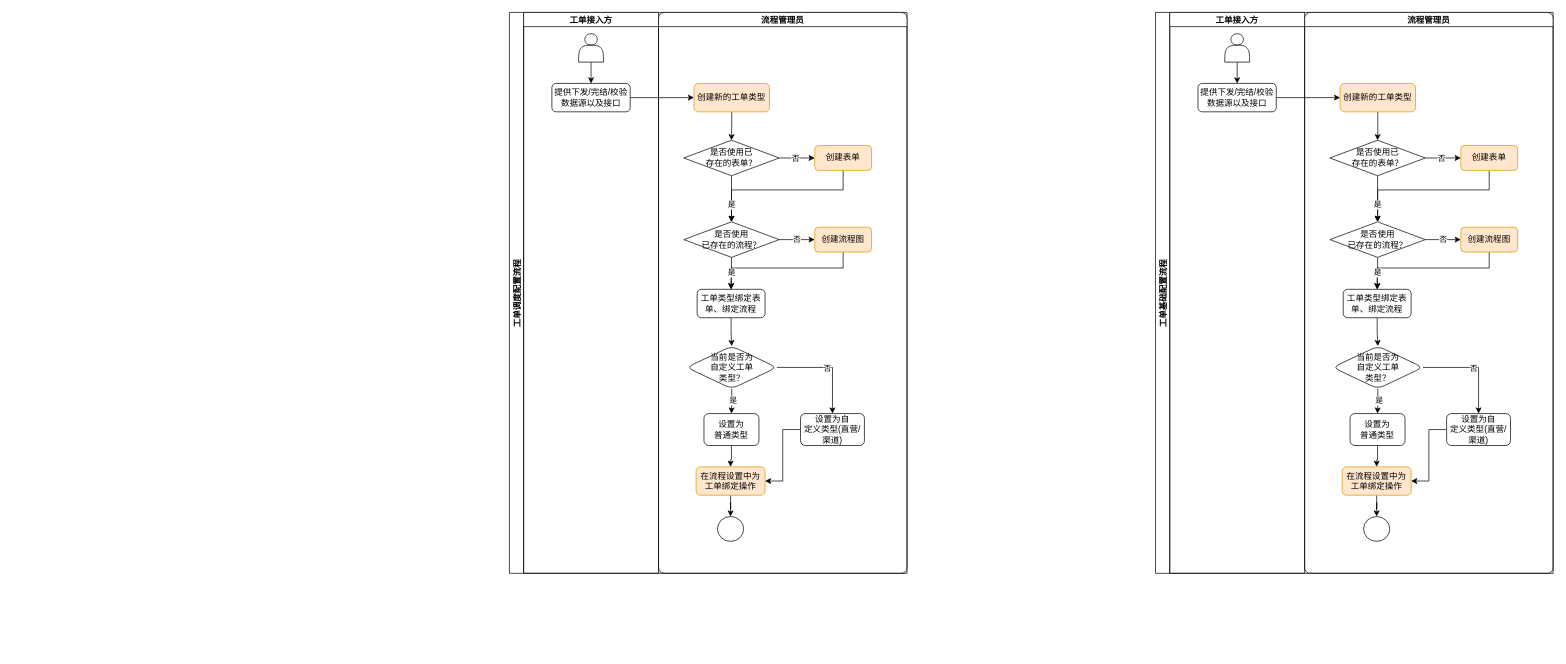
Above: 工单配置流程.drawio in 330129161/draw.io (draw.io), before the change. Source tidied: cells renumbered, new cells numbered last; positions are measured from the earlier drawing's top-left corner, leaving out a move shared by most shapes. Both pictures are drawn from the tidied source at 71%, with x=0, y=0 at pixel (509, 12).
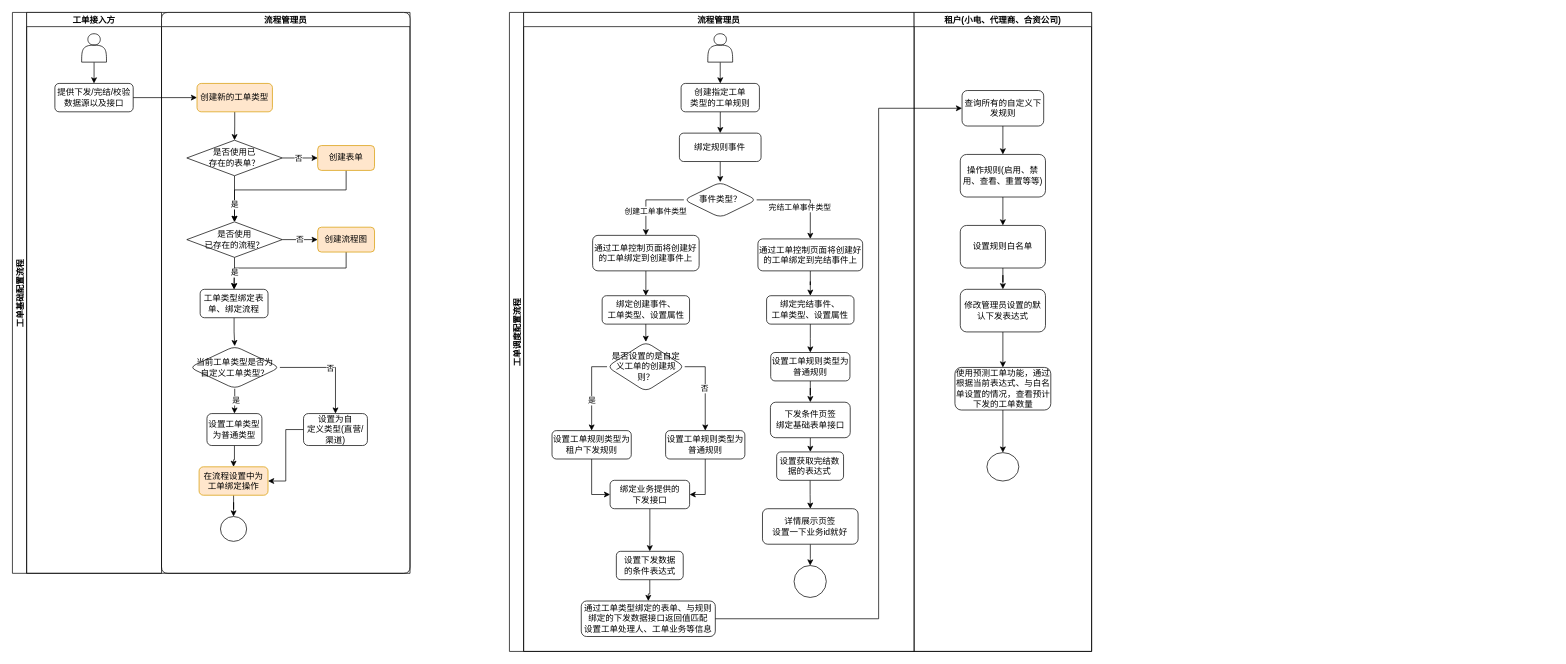
The same diagram, later.

Commit message (it also covers changes not shown here):
更新工单配置流程.drawio

Unchanged cells that the change refers to:
```xml
<mxCell id="44" value="流程管理员" style="swimlane;startSize=20;rounded=1;align=center;" parent="38" vertex="1">
  <mxGeometry x="210" width="350" height="790" as="geometry" />
</mxCell>
```

What changed in the source:
```diff
@@
     <mxCell id="2" value="工单调度配置流程" style="swimlane;startSize=20;horizontal=0;" parent="1" vertex="1">
-      <mxGeometry width="560" height="790" as="geometry" />
+      <mxGeometry width="820" height="900" as="geometry" />
     </mxCell>
-    <mxCell id="3" value="工单接入方" style="swimlane;startSize=20;" parent="2" vertex="1">
-      <mxGeometry x="20" width="190" height="790" as="geometry" />
+    <mxCell id="3" value="流程管理员" style="swimlane;startSize=20;" parent="2" vertex="1">
+      <mxGeometry x="20" width="550" height="900" as="geometry" />
     </mxCell>
@@
     <mxCell id="5" style="shape=actor;whiteSpace=wrap;html=1;" parent="3" vertex="1">
-      <mxGeometry x="77.5" y="30" width="35" height="40" as="geometry" />
+      <mxGeometry x="259.4" y="30" width="35" height="40" as="geometry" />
     </mxCell>
+    <mxCell id="74" style="edgeStyle=orthogonalEdgeStyle;rounded=0;jettySize=auto;html=1;" parent="3" edge="1" source="6" target="76">
+      <mxGeometry relative="1" as="geometry" />
+    </mxCell>
-    <mxCell id="6" value="提供下发/完结/校验数据源以及接口" style="rounded=1;whiteSpace=wrap;html=1;" parent="3" vertex="1">
-      <mxGeometry x="39.8" y="100" width="110.3" height="40" as="geometry" />
+    <mxCell id="6" value="创建指定工单&lt;br&gt;类型的工单规则" style="rounded=1;whiteSpace=wrap;html=1;" parent="3" vertex="1">
+      <mxGeometry x="221.8" y="100" width="110.3" height="40" as="geometry" />
     </mxCell>
-    <mxCell id="7" style="edgeStyle=orthogonalEdgeStyle;rounded=0;jettySize=auto;html=1;" parent="2" edge="1" source="6" target="10">
-      <mxGeometry relative="1" as="geometry" />
-    </mxCell>
-    <mxCell id="8" value="流程管理员" style="swimlane;startSize=20;rounded=1;align=center;" parent="2" vertex="1">
-      <mxGeometry x="210" width="350" height="790" as="geometry" />
-    </mxCell>
-    <mxCell id="9" style="edgeStyle=orthogonalEdgeStyle;rounded=0;jettySize=auto;html=1;entryX=0.5;entryY=0;entryDx=0;entryDy=0;" parent="8" edge="1" source="10" target="14">
-      <mxGeometry relative="1" as="geometry" />
-    </mxCell>
-    <mxCell id="10" value="创建新的工单类型" style="rounded=1;whiteSpace=wrap;html=1;fillColor=#ffe6cc;strokeColor=#d79b00;" parent="8" vertex="1">
-      <mxGeometry x="50" y="100" width="106.2" height="40" as="geometry" />
-    </mxCell>
-    <mxCell id="11" style="edgeStyle=orthogonalEdgeStyle;rounded=0;jettySize=auto;html=1;" parent="8" edge="1" source="14" target="20">
-      <mxGeometry relative="1" as="geometry" />
-    </mxCell>
-    <mxCell id="12" value="否" style="edgeLabel;html=1;align=center;verticalAlign=middle;" parent="11" vertex="1">
-      <mxGeometry x="-0.12" relative="1" as="geometry" />
-    </mxCell>
-    <mxCell id="13" style="edgeStyle=orthogonalEdgeStyle;rounded=0;jettySize=auto;html=1;" parent="8" edge="1" source="14" target="17">
-      <mxGeometry relative="1" as="geometry" />
-    </mxCell>
-    <mxCell id="14" value="是否使用已&lt;br&gt;存在的表单？" style="rhombus;whiteSpace=wrap;html=1;" parent="8" vertex="1">
-      <mxGeometry x="35.6" y="180" width="134.4" height="50" as="geometry" />
-    </mxCell>
-    <mxCell id="15" value="否" style="edgeStyle=orthogonalEdgeStyle;rounded=0;jettySize=auto;html=1;entryX=0;entryY=0.5;entryDx=0;entryDy=0;entryPerimeter=0;" parent="8" edge="1" source="17" target="23">
-      <mxGeometry relative="1" as="geometry" />
-    </mxCell>
-    <mxCell id="16" style="edgeStyle=orthogonalEdgeStyle;rounded=0;jettySize=auto;html=1;" parent="8" edge="1" source="17" target="25">
-      <mxGeometry relative="1" as="geometry" />
-    </mxCell>
-    <mxCell id="17" value="是否使用&lt;br&gt;已存在的流程？" style="rhombus;whiteSpace=wrap;html=1;" parent="8" vertex="1">
-      <mxGeometry x="35.6" y="295" width="134.4" height="50" as="geometry" />
-    </mxCell>
-    <mxCell id="18" style="edgeStyle=orthogonalEdgeStyle;rounded=0;jettySize=auto;html=1;entryX=0.5;entryY=0;entryDx=0;entryDy=0;" parent="8" edge="1" source="20" target="17">
-      <mxGeometry relative="1" as="geometry">
-        <Array as="points">
-          <mxPoint x="260" y="250" />
-          <mxPoint x="103" y="250" />
-        </Array>
-      </mxGeometry>
-    </mxCell>
-    <mxCell id="19" value="是" style="edgeLabel;html=1;align=center;verticalAlign=middle;" parent="18" vertex="1">
-      <mxGeometry x="0.86" y="-1" relative="1" as="geometry">
-        <mxPoint x="1" y="-9" as="offset" />
-      </mxGeometry>
-    </mxCell>
-    <mxCell id="20" value="创建表单" style="rounded=1;whiteSpace=wrap;html=1;fillColor=#ffe6cc;strokeColor=#d79b00;" parent="8" vertex="1">
-      <mxGeometry x="220" y="187.5" width="80" height="35" as="geometry" />
-    </mxCell>
-    <mxCell id="21" style="edgeStyle=orthogonalEdgeStyle;rounded=0;jettySize=auto;html=1;entryX=0.5;entryY=0;entryDx=0;entryDy=0;" parent="8" edge="1" source="23" target="25">
-      <mxGeometry relative="1" as="geometry">
-        <Array as="points">
-          <mxPoint x="260" y="360" />
-          <mxPoint x="103" y="360" />
-        </Array>
-      </mxGeometry>
-    </mxCell>
-    <mxCell id="22" value="是" style="edgeLabel;html=1;align=center;verticalAlign=middle;" parent="21" vertex="1">
-      <mxGeometry x="0.78" relative="1" as="geometry" />
-    </mxCell>
-    <mxCell id="23" value="创建流程图" style="rounded=1;whiteSpace=wrap;html=1;fillColor=#ffe6cc;strokeColor=#d79b00;" parent="8" vertex="1">
-      <mxGeometry x="220" y="302.5" width="80" height="35" as="geometry" />
-    </mxCell>
-    <mxCell id="24" style="edgeStyle=orthogonalEdgeStyle;rounded=0;jettySize=auto;html=1;" parent="8" edge="1" source="25" target="33">
-      <mxGeometry relative="1" as="geometry" />
-    </mxCell>
-    <mxCell id="25" value="工单类型绑定表单、绑定流程" style="rounded=1;whiteSpace=wrap;html=1;" parent="8" vertex="1">
-      <mxGeometry x="54.4" y="390" width="95.6" height="40" as="geometry" />
-    </mxCell>
-    <mxCell id="26" style="edgeStyle=orthogonalEdgeStyle;rounded=0;jettySize=auto;html=1;" parent="8" edge="1" source="27" target="28">
-      <mxGeometry relative="1" as="geometry" />
-    </mxCell>
-    <mxCell id="27" value="在流程设置中为工单绑定操作" style="whiteSpace=wrap;html=1;rounded=1;fillColor=#ffe6cc;strokeColor=#d79b00;" parent="8" vertex="1">
-      <mxGeometry x="52.9" y="640" width="97.1" height="40" as="geometry" />
-    </mxCell>
-    <mxCell id="28" style="ellipse;whiteSpace=wrap;html=1;rounded=1;" parent="8" vertex="1">
-      <mxGeometry x="83" y="710" width="36.9" height="35" as="geometry" />
-    </mxCell>
-    <mxCell id="29" style="edgeStyle=orthogonalEdgeStyle;rounded=0;jettySize=auto;html=1;" parent="8" edge="1" source="33" target="35">
-      <mxGeometry relative="1" as="geometry" />
-    </mxCell>
-    <mxCell id="30" value="否" style="edgeLabel;html=1;align=center;verticalAlign=middle;" parent="29" vertex="1">
-      <mxGeometry x="-0.01" relative="1" as="geometry" />
-    </mxCell>
-    <mxCell id="31" style="edgeStyle=orthogonalEdgeStyle;rounded=0;jettySize=auto;html=1;" parent="8" edge="1" source="33" target="37">
-      <mxGeometry relative="1" as="geometry" />
-    </mxCell>
-    <mxCell id="32" value="是" style="edgeLabel;html=1;align=center;verticalAlign=middle;" parent="31" vertex="1">
-      <mxGeometry x="-0.24" y="1" relative="1" as="geometry">
-        <mxPoint y="3" as="offset" />
-      </mxGeometry>
-    </mxCell>
-    <mxCell id="33" value="当前是否为&lt;br&gt;自定义工单&lt;br&gt;类型？" style="rhombus;whiteSpace=wrap;html=1;rounded=1;" parent="8" vertex="1">
-      <mxGeometry x="39.5" y="470" width="127.2" height="60" as="geometry" />
-    </mxCell>
-    <mxCell id="34" style="edgeStyle=orthogonalEdgeStyle;rounded=0;jettySize=auto;html=1;entryX=1;entryY=0.5;entryDx=0;entryDy=0;" parent="8" edge="1" source="35" target="27">
-      <mxGeometry relative="1" as="geometry" />
-    </mxCell>
-    <mxCell id="35" value="设置为自&lt;br&gt;定义类型(直营/渠道)" style="whiteSpace=wrap;html=1;rounded=1;" parent="8" vertex="1">
-      <mxGeometry x="200" y="565" width="90" height="45" as="geometry" />
-    </mxCell>
-    <mxCell id="36" style="edgeStyle=orthogonalEdgeStyle;rounded=0;jettySize=auto;html=1;entryX=0.5;entryY=0;entryDx=0;entryDy=0;" parent="8" edge="1" source="37" target="27">
-      <mxGeometry relative="1" as="geometry" />
-    </mxCell>
-    <mxCell id="37" value="设置为&lt;br&gt;普通类型" style="whiteSpace=wrap;html=1;rounded=1;" parent="8" vertex="1">
-      <mxGeometry x="64" y="565" width="77.4" height="45" as="geometry" />
-    </mxCell>
+    <mxCell id="75" style="edgeStyle=orthogonalEdgeStyle;rounded=0;jettySize=auto;html=1;" parent="3" edge="1" source="76" target="81">
+      <mxGeometry relative="1" as="geometry" />
+    </mxCell>
+    <mxCell id="76" value="绑定规则事件" style="whiteSpace=wrap;html=1;rounded=1;" parent="3" vertex="1">
+      <mxGeometry x="219.4" y="170" width="115" height="40" as="geometry" />
+    </mxCell>
+    <mxCell id="77" style="edgeStyle=orthogonalEdgeStyle;rounded=0;jettySize=auto;html=1;exitX=0;exitY=0.5;exitDx=0;exitDy=0;" parent="3" edge="1" source="81" target="83">
+      <mxGeometry relative="1" as="geometry" />
+    </mxCell>
+    <mxCell id="78" value="创建工单事件类型" style="edgeLabel;html=1;align=center;verticalAlign=middle;" parent="77" vertex="1">
+      <mxGeometry x="-0.26" y="-2" relative="1" as="geometry">
+        <mxPoint x="-2" y="17" as="offset" />
+      </mxGeometry>
+    </mxCell>
+    <mxCell id="79" style="edgeStyle=orthogonalEdgeStyle;rounded=0;jettySize=auto;html=1;entryX=0.5;entryY=0;entryDx=0;entryDy=0;exitX=1;exitY=0.5;exitDx=0;exitDy=0;" parent="3" edge="1" source="81" target="85">
+      <mxGeometry relative="1" as="geometry" />
+    </mxCell>
+    <mxCell id="80" value="完结工单事件类型" style="edgeLabel;html=1;align=center;verticalAlign=middle;" parent="79" vertex="1">
+      <mxGeometry x="-0.08" relative="1" as="geometry">
+        <mxPoint y="10" as="offset" />
+      </mxGeometry>
+    </mxCell>
+    <mxCell id="81" value="事件类型？" style="rhombus;whiteSpace=wrap;html=1;rounded=1;" parent="3" vertex="1">
+      <mxGeometry x="225.7" y="239" width="102.5" height="50" as="geometry" />
+    </mxCell>
+    <mxCell id="82" style="edgeStyle=orthogonalEdgeStyle;rounded=0;jettySize=auto;html=1;" parent="3" edge="1" source="83" target="87">
+      <mxGeometry relative="1" as="geometry" />
+    </mxCell>
+    <mxCell id="83" value="通过工单控制页面将创建好的工单绑定到创建事件上" style="whiteSpace=wrap;html=1;rounded=1;" parent="3" vertex="1">
+      <mxGeometry x="97.2" y="314" width="150" height="50" as="geometry" />
+    </mxCell>
+    <mxCell id="84" style="edgeStyle=orthogonalEdgeStyle;rounded=0;jettySize=auto;html=1;" parent="3" edge="1" source="85" target="89">
+      <mxGeometry relative="1" as="geometry" />
+    </mxCell>
+    <mxCell id="85" value="通过工单控制页面将创建好的工单绑定到完结事件上" style="whiteSpace=wrap;html=1;rounded=1;" parent="3" vertex="1">
+      <mxGeometry x="330" y="319" width="147.5" height="45" as="geometry" />
+    </mxCell>
+    <mxCell id="86" style="edgeStyle=orthogonalEdgeStyle;rounded=0;jettySize=auto;html=1;entryX=0.5;entryY=0;entryDx=0;entryDy=0;" parent="3" edge="1" source="87" target="104">
+      <mxGeometry relative="1" as="geometry" />
+    </mxCell>
+    <mxCell id="87" value="绑定创建事件、&lt;br&gt;工单类型、设置属性" style="whiteSpace=wrap;html=1;rounded=1;" parent="3" vertex="1">
+      <mxGeometry x="110.6" y="399" width="123.1" height="40" as="geometry" />
+    </mxCell>
+    <mxCell id="88" style="edgeStyle=orthogonalEdgeStyle;rounded=0;jettySize=auto;html=1;" parent="3" edge="1" source="89" target="93">
+      <mxGeometry relative="1" as="geometry" />
+    </mxCell>
+    <mxCell id="89" value="绑定完结事件、&lt;br&gt;工单类型、设置属性" style="whiteSpace=wrap;html=1;rounded=1;" parent="3" vertex="1">
+      <mxGeometry x="342.2" y="399" width="123.1" height="40" as="geometry" />
+    </mxCell>
+    <mxCell id="90" style="edgeStyle=orthogonalEdgeStyle;rounded=0;jettySize=auto;html=1;entryX=0;entryY=0.5;entryDx=0;entryDy=0;" parent="3" edge="1" source="91" target="95">
+      <mxGeometry relative="1" as="geometry" />
+    </mxCell>
+    <mxCell id="91" value="设置工单规则类型为租户下发规则" style="whiteSpace=wrap;html=1;rounded=1;" parent="3" vertex="1">
+      <mxGeometry x="40" y="589" width="111.6" height="40" as="geometry" />
+    </mxCell>
+    <mxCell id="92" style="edgeStyle=orthogonalEdgeStyle;rounded=0;jettySize=auto;html=1;" parent="3" edge="1" source="93" target="99">
+      <mxGeometry relative="1" as="geometry" />
+    </mxCell>
+    <mxCell id="93" value="设置工单规则类型为普通规则" style="whiteSpace=wrap;html=1;rounded=1;" parent="3" vertex="1">
+      <mxGeometry x="348" y="479" width="111.6" height="40" as="geometry" />
+    </mxCell>
+    <mxCell id="94" style="edgeStyle=orthogonalEdgeStyle;rounded=0;jettySize=auto;html=1;entryX=0.5;entryY=0;entryDx=0;entryDy=0;" parent="3" edge="1" source="95" target="97">
+      <mxGeometry relative="1" as="geometry" />
+    </mxCell>
+    <mxCell id="95" value="绑定业务提供的&lt;br&gt;下发接口" style="whiteSpace=wrap;html=1;rounded=1;" parent="3" vertex="1">
+      <mxGeometry x="121.8" y="659" width="112" height="40" as="geometry" />
+    </mxCell>
+    <mxCell id="96" style="edgeStyle=orthogonalEdgeStyle;rounded=0;jettySize=auto;html=1;" parent="3" edge="1" source="97" target="109">
+      <mxGeometry relative="1" as="geometry" />
+    </mxCell>
+    <mxCell id="97" value="设置下发数据&lt;br&gt;的条件表达式" style="whiteSpace=wrap;html=1;rounded=1;" parent="3" vertex="1">
+      <mxGeometry x="130.6" y="759" width="94.2" height="40" as="geometry" />
+    </mxCell>
+    <mxCell id="98" style="edgeStyle=orthogonalEdgeStyle;rounded=0;jettySize=auto;html=1;entryX=0.5;entryY=0;entryDx=0;entryDy=0;" parent="3" edge="1" source="99" target="108">
+      <mxGeometry relative="1" as="geometry" />
+    </mxCell>
+    <mxCell id="99" value="下发条件页签&lt;br&gt;绑定基础表单接口" style="whiteSpace=wrap;html=1;rounded=1;" parent="3" vertex="1">
+      <mxGeometry x="347.6" y="549" width="112.4" height="50" as="geometry" />
+    </mxCell>
+    <mxCell id="100" style="edgeStyle=orthogonalEdgeStyle;rounded=0;jettySize=auto;html=1;entryX=0.5;entryY=0;entryDx=0;entryDy=0;exitX=0;exitY=0.5;exitDx=0;exitDy=0;" parent="3" edge="1" source="104" target="91">
+      <mxGeometry relative="1" as="geometry" />
+    </mxCell>
+    <mxCell id="101" value="是" style="edgeLabel;html=1;align=center;verticalAlign=middle;" parent="100" vertex="1">
+      <mxGeometry x="0.23" relative="1" as="geometry" />
+    </mxCell>
+    <mxCell id="102" style="edgeStyle=orthogonalEdgeStyle;rounded=0;jettySize=auto;html=1;exitX=1;exitY=0.5;exitDx=0;exitDy=0;" parent="3" edge="1" source="104" target="106">
+      <mxGeometry relative="1" as="geometry" />
+    </mxCell>
+    <mxCell id="103" value="否" style="edgeLabel;html=1;align=center;verticalAlign=middle;" parent="102" vertex="1">
+      <mxGeometry x="-0.01" y="-1" relative="1" as="geometry" />
+    </mxCell>
+    <mxCell id="104" value="是否设置的是自定义工单的创建规则？" style="rhombus;whiteSpace=wrap;html=1;rounded=1;" parent="3" vertex="1">
+      <mxGeometry x="117.5" y="464" width="109.4" height="70" as="geometry" />
+    </mxCell>
+    <mxCell id="105" style="edgeStyle=orthogonalEdgeStyle;rounded=0;jettySize=auto;html=1;entryX=1;entryY=0.5;entryDx=0;entryDy=0;" parent="3" edge="1" source="106" target="95">
+      <mxGeometry relative="1" as="geometry" />
+    </mxCell>
+    <mxCell id="106" value="设置工单规则类型为普通规则" style="whiteSpace=wrap;html=1;rounded=1;" parent="3" vertex="1">
+      <mxGeometry x="200" y="589" width="111.6" height="40" as="geometry" />
+    </mxCell>
+    <mxCell id="107" style="edgeStyle=orthogonalEdgeStyle;rounded=0;jettySize=auto;html=1;" parent="3" edge="1" source="108" target="112">
+      <mxGeometry relative="1" as="geometry" />
+    </mxCell>
+    <mxCell id="108" value="设置获取完结数据的表达式" style="whiteSpace=wrap;html=1;rounded=1;" parent="3" vertex="1">
+      <mxGeometry x="356.4" y="619" width="94.2" height="40" as="geometry" />
+    </mxCell>
+    <mxCell id="109" value="通过工单类型绑定的表单、与规则绑定的下发数据接口返回值匹配&lt;br&gt;设置工单处理人、工单业务等信息" style="whiteSpace=wrap;html=1;rounded=1;" parent="3" vertex="1">
+      <mxGeometry x="81.2" y="829" width="188.8" height="50" as="geometry" />
+    </mxCell>
+    <mxCell id="110" style="ellipse;whiteSpace=wrap;html=1;rounded=1;" parent="3" vertex="1">
+      <mxGeometry x="380.9" y="779" width="45.4" height="45" as="geometry" />
+    </mxCell>
+    <mxCell id="111" style="edgeStyle=orthogonalEdgeStyle;rounded=0;jettySize=auto;html=1;entryX=0.5;entryY=0;entryDx=0;entryDy=0;" parent="3" edge="1" source="112" target="110">
+      <mxGeometry relative="1" as="geometry" />
+    </mxCell>
+    <mxCell id="112" value="详情展示页签&lt;br&gt;设置一下业务id就好" style="whiteSpace=wrap;html=1;rounded=1;" parent="3" vertex="1">
+      <mxGeometry x="336.4" y="699" width="134.7" height="50" as="geometry" />
+    </mxCell>
+    <mxCell id="113" value="租户(小电、代理商、合资公司)" style="swimlane;startSize=20;" parent="2" vertex="1">
+      <mxGeometry x="570" width="250" height="900" as="geometry" />
+    </mxCell>
+    <mxCell id="114" style="edgeStyle=orthogonalEdgeStyle;rounded=0;jettySize=auto;html=1;" parent="113" edge="1" source="115" target="117">
+      <mxGeometry relative="1" as="geometry" />
+    </mxCell>
+    <mxCell id="115" value="查询所有的自定义下发规则" style="rounded=1;whiteSpace=wrap;html=1;" parent="113" vertex="1">
+      <mxGeometry x="67.5" y="110" width="115" height="50" as="geometry" />
+    </mxCell>
+    <mxCell id="116" style="edgeStyle=orthogonalEdgeStyle;rounded=0;jettySize=auto;html=1;" parent="113" edge="1" source="117" target="119">
+      <mxGeometry relative="1" as="geometry" />
+    </mxCell>
+    <mxCell id="117" value="操作规则(启用、禁用、查看、重置等等)" style="whiteSpace=wrap;html=1;rounded=1;" parent="113" vertex="1">
+      <mxGeometry x="65" y="200" width="120" height="60" as="geometry" />
+    </mxCell>
+    <mxCell id="118" style="edgeStyle=orthogonalEdgeStyle;rounded=0;jettySize=auto;html=1;" parent="113" edge="1" source="119" target="121">
+      <mxGeometry relative="1" as="geometry" />
+    </mxCell>
+    <mxCell id="119" value="设置规则白名单" style="rounded=1;whiteSpace=wrap;html=1;" parent="113" vertex="1">
+      <mxGeometry x="65" y="300" width="120" height="60" as="geometry" />
+    </mxCell>
+    <mxCell id="120" style="edgeStyle=orthogonalEdgeStyle;rounded=0;jettySize=auto;html=1;" parent="113" edge="1" source="121" target="123">
+      <mxGeometry relative="1" as="geometry" />
+    </mxCell>
+    <mxCell id="121" value="修改管理员设置的默认下发表达式" style="whiteSpace=wrap;html=1;rounded=1;" parent="113" vertex="1">
+      <mxGeometry x="65" y="390" width="120" height="60" as="geometry" />
+    </mxCell>
+    <mxCell id="122" style="edgeStyle=orthogonalEdgeStyle;rounded=0;jettySize=auto;html=1;" parent="113" edge="1" source="123" target="124">
+      <mxGeometry relative="1" as="geometry" />
+    </mxCell>
+    <mxCell id="123" value="使用预测工单功能，通过根据当前表达式、与白名单设置的情况，查看预计下发的工单数量" style="whiteSpace=wrap;html=1;rounded=1;" parent="113" vertex="1">
+      <mxGeometry x="57.5" y="500" width="135" height="60" as="geometry" />
+    </mxCell>
+    <mxCell id="124" style="ellipse;whiteSpace=wrap;html=1;rounded=1;" parent="113" vertex="1">
+      <mxGeometry x="102.5" y="620" width="45" height="40" as="geometry" />
+    </mxCell>
+    <mxCell id="125" style="edgeStyle=orthogonalEdgeStyle;rounded=0;jettySize=auto;html=1;entryX=0;entryY=0.5;entryDx=0;entryDy=0;" parent="2" edge="1" source="109" target="115">
+      <mxGeometry relative="1" as="geometry">
+        <Array as="points">
+          <mxPoint x="520" y="854" />
+          <mxPoint x="520" y="135" />
+        </Array>
+      </mxGeometry>
+    </mxCell>
     <mxCell id="38" value="工单基础配置流程" style="swimlane;startSize=20;horizontal=0;" parent="1" vertex="1">
-      <mxGeometry x="910" width="560" height="790" as="geometry" />
+      <mxGeometry x="-700" width="560" height="790" as="geometry" />
     </mxCell>
@@
-    <mxCell id="69" value="当前是否为&lt;br&gt;自定义工单&lt;br&gt;类型？" style="rhombus;whiteSpace=wrap;html=1;rounded=1;" parent="44" vertex="1">
+    <mxCell id="69" value="当前工单类型是否为&lt;br&gt;自定义工单类型？" style="rhombus;whiteSpace=wrap;html=1;rounded=1;" parent="44" vertex="1">
       <mxGeometry x="39.5" y="470" width="127.2" height="60" as="geometry" />
     </mxCell>
@@
-    <mxCell id="73" value="设置为&lt;br&gt;普通类型" style="whiteSpace=wrap;html=1;rounded=1;" parent="44" vertex="1">
+    <mxCell id="73" value="设置工单类型为普通类型" style="whiteSpace=wrap;html=1;rounded=1;" parent="44" vertex="1">
       <mxGeometry x="64" y="565" width="77.4" height="45" as="geometry" />
     </mxCell>
```
